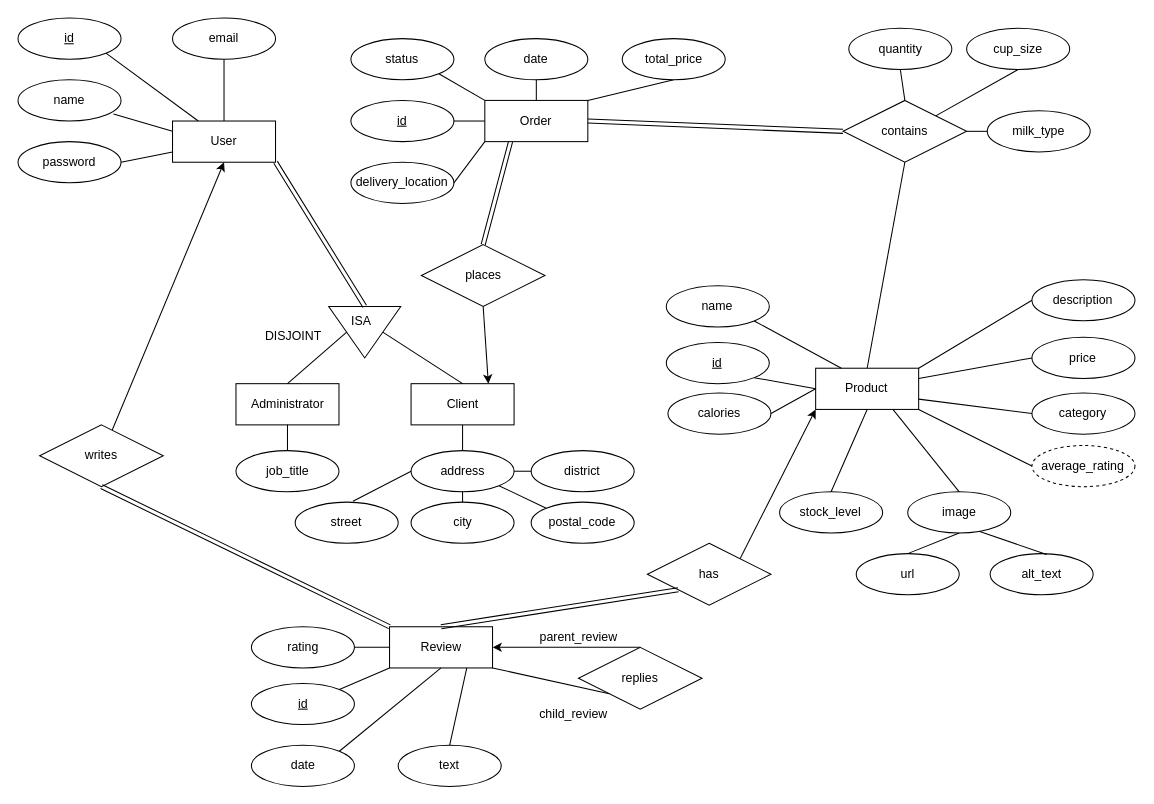
Earlier version of the draw.io diagram resources/diagrams/erd.dio (steamysips/steamy-sips). Source tidied: cells renumbered, new cells numbered last; positions are measured from the earlier drawing's top-left corner, leaving out a move shared by most shapes. Both pictures are drawn from the tidied source at 103%, with x=0, y=0 at pixel (18, 18).
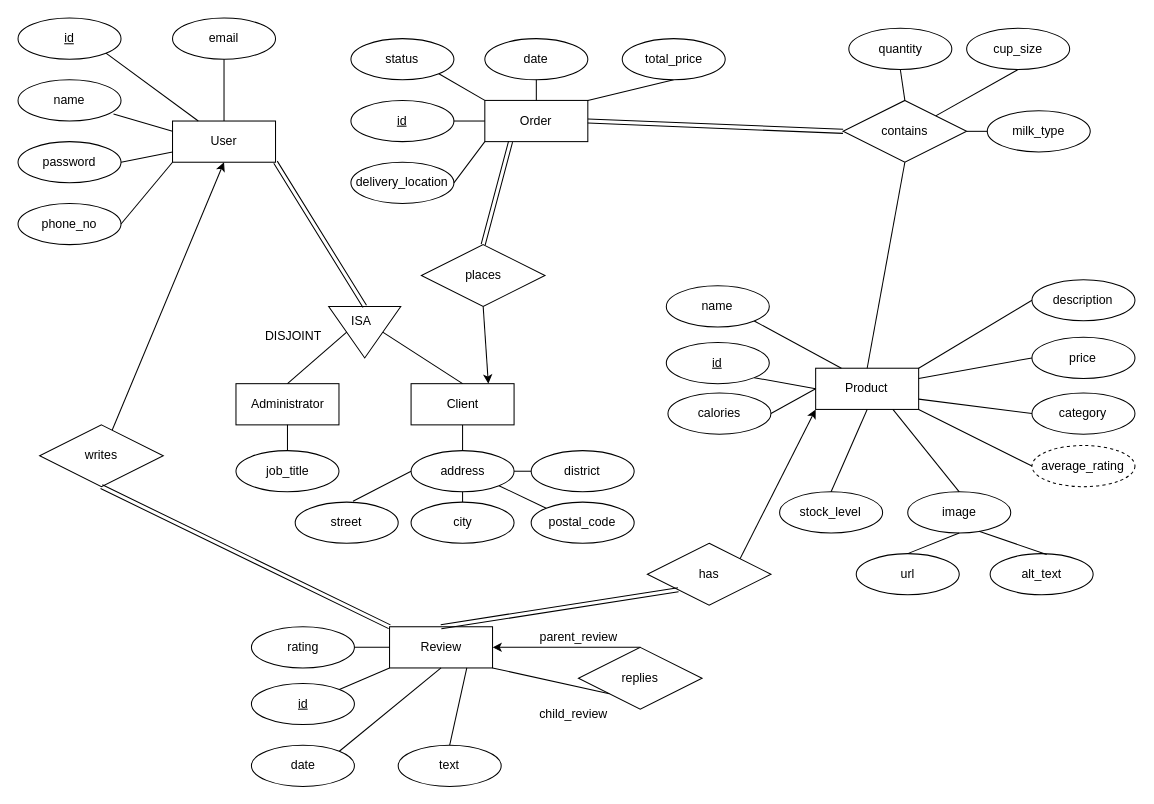
Above is the later version.

Commit message:
add phone number as user attribute

The change refers to these unchanged cells:
```xml
<mxCell id="9" value="User" style="whiteSpace=wrap;html=1;align=center;" parent="1" vertex="1">
  <mxGeometry x="150" y="100" width="100" height="40" as="geometry" />
</mxCell>
```

Diff of the diagram source:
```diff
@@
+    <mxCell id="97" value="phone_no" style="ellipse;whiteSpace=wrap;html=1;align=center;" parent="1" vertex="1">
+      <mxGeometry y="180" width="100" height="40" as="geometry" />
+    </mxCell>
+    <mxCell id="98" style="endArrow=none;html=1;rounded=0;exitX=0;exitY=1;exitDx=0;exitDy=0;entryX=1;entryY=0.5;entryDx=0;entryDy=0;" parent="1" edge="1" source="9" target="97">
+      <mxGeometry relative="1" as="geometry" />
+    </mxCell>
```
